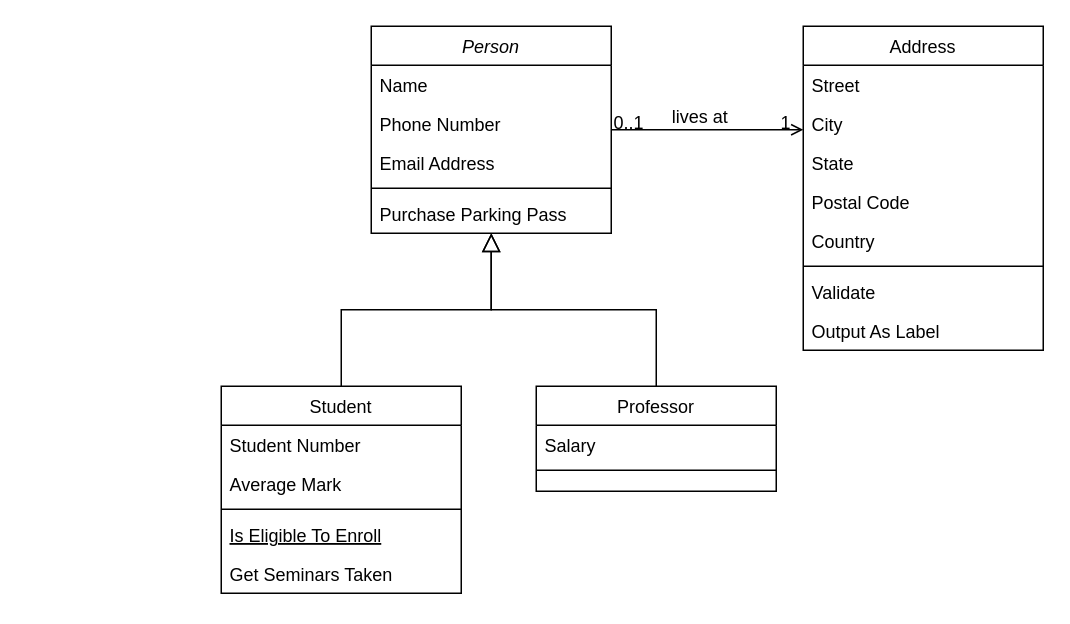
The draw.io diagram 未命名绘图.drawio in Kunsoul/dev-ops, before the edit. Source tidied: cells renumbered, new cells numbered last; positions are measured from the earlier drawing's top-left corner, leaving out a move shared by most shapes. Both pictures are drawn from the tidied source at 150%, with x=0, y=0 at pixel (220, 26).
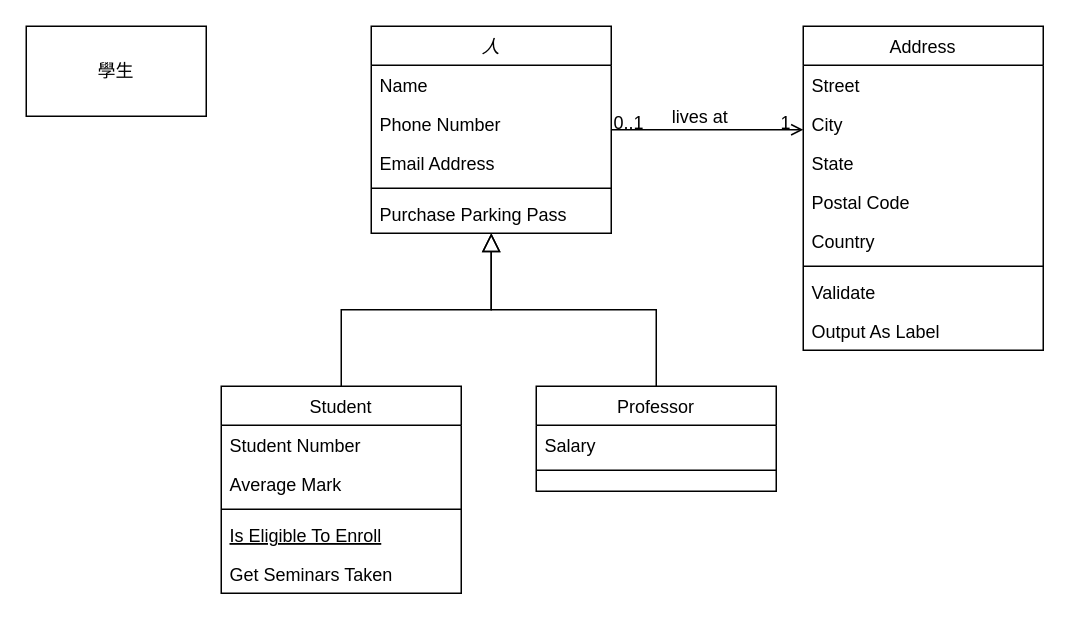
Above is the later version.

Commit message:
更新未命名绘图.drawio

Change to the diagram source:
```diff
@@
-    <mxCell id="2" value="Person" style="swimlane;fontStyle=2;align=center;verticalAlign=top;horizontal=1;startSize=26;rounded=0;shadow=0;strokeWidth=1;" parent="1" vertex="1">
+    <mxCell id="2" value="人" style="swimlane;fontStyle=2;align=center;verticalAlign=top;horizontal=1;startSize=26;rounded=0;shadow=0;strokeWidth=1;" parent="1" vertex="1">
       <mxGeometry x="100" width="160" height="138" as="geometry" />
     </mxCell>
@@
+    <mxCell id="32" value="學生" style="rounded=0;whiteSpace=wrap;html=1;" parent="1" vertex="1">
+      <mxGeometry x="-130" width="120" height="60" as="geometry" />
+    </mxCell>
```
